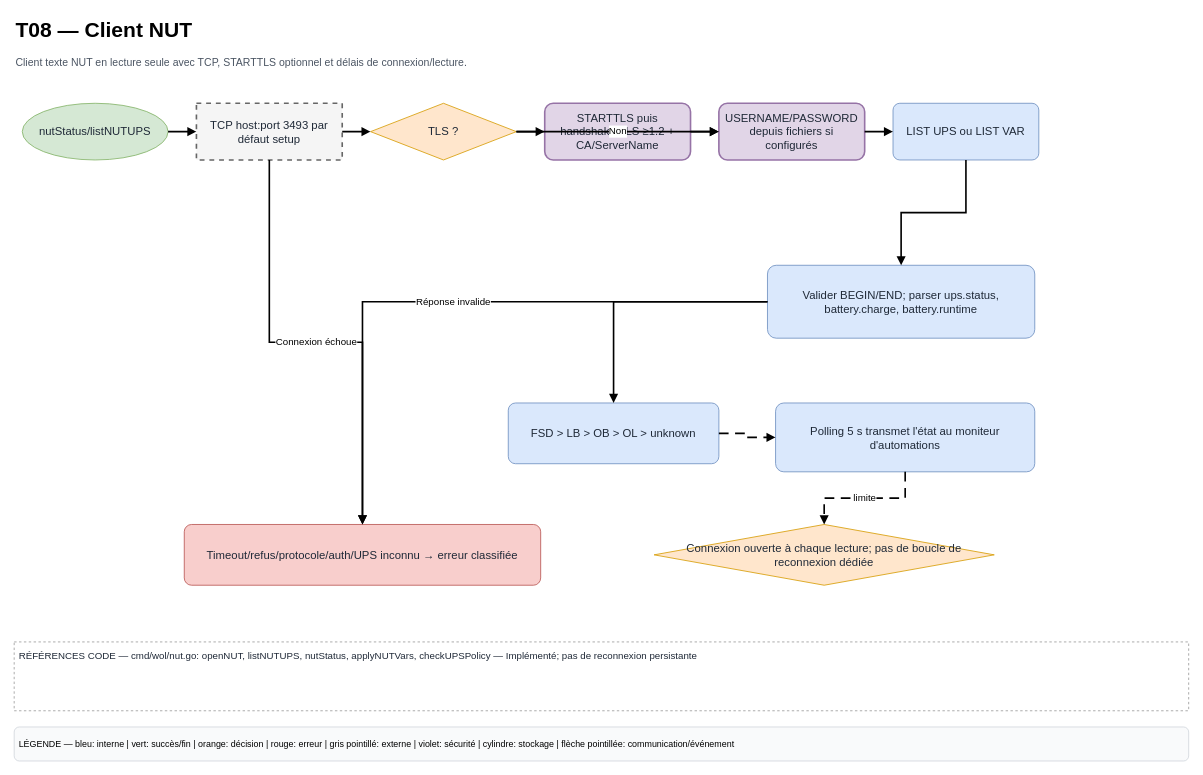
Before: page "T08 — Client NUT" (8 of 18) of docs/diagrams/WoL-Manager-Technique.drawio in HaasGa-Factory/WOL-Manager, a draw.io diagram. Source tidied: cells renumbered, new cells numbered last; positions are measured from the earlier drawing's top-left corner, leaving out a move shared by most shapes. Both pictures are drawn from the tidied source at 81%, with x=0, y=0 at pixel (14, 14).
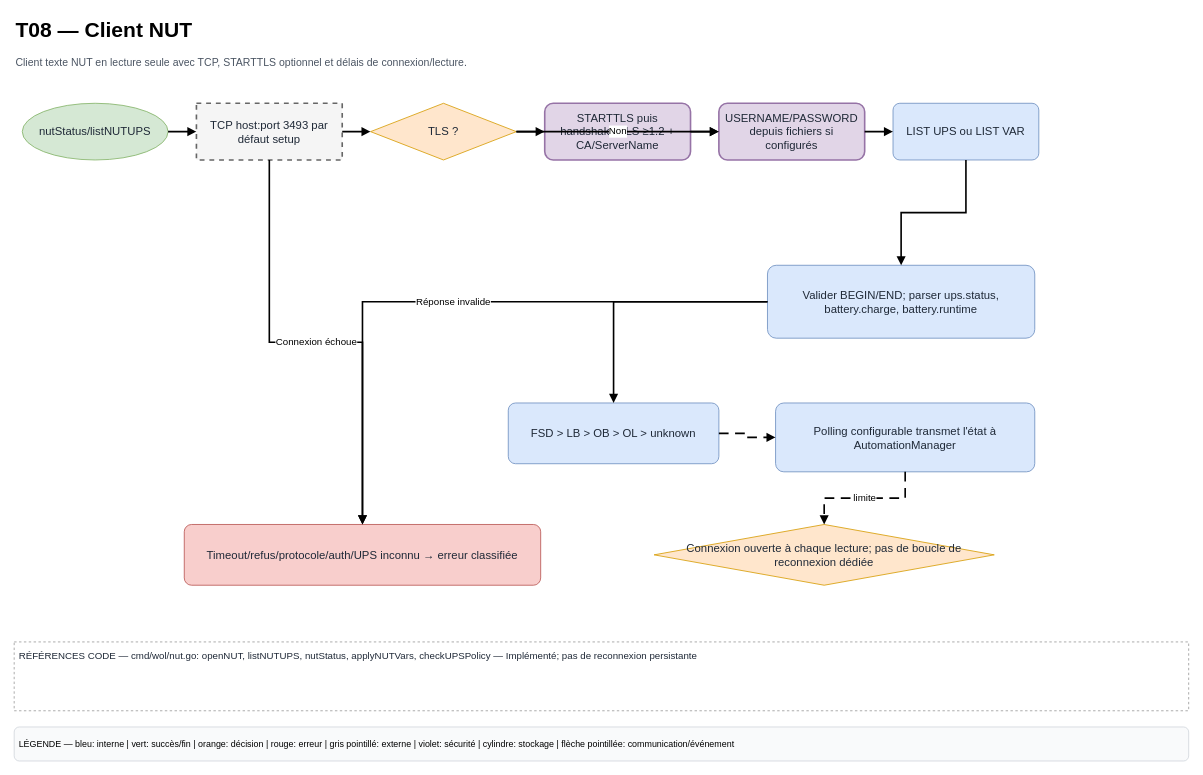
Above is the later version.

Change to the diagram source:
```diff
@@
-    <mxCell id="14" value="Polling 5 s transmet l&amp;#x27;état au moniteur d&amp;#x27;automations" style="whiteSpace=wrap;html=1;fillColor=#dae8fc;strokeColor=#6c8ebf;fontSize=14;fontColor=#1f2937;align=center;verticalAlign=middle;spacing=6;shadow=0;rounded=1;arcSize=12;" parent="1" vertex="1">
+    <mxCell id="14" value="Polling configurable transmet l&amp;#x27;état à AutomationManager" style="whiteSpace=wrap;html=1;fillColor=#dae8fc;strokeColor=#6c8ebf;fontSize=14;fontColor=#1f2937;align=center;verticalAlign=middle;spacing=6;shadow=0;rounded=1;arcSize=12;" parent="1" vertex="1">
       <mxGeometry x="940" y="480" width="320" height="85" as="geometry" />
     </mxCell>
```
